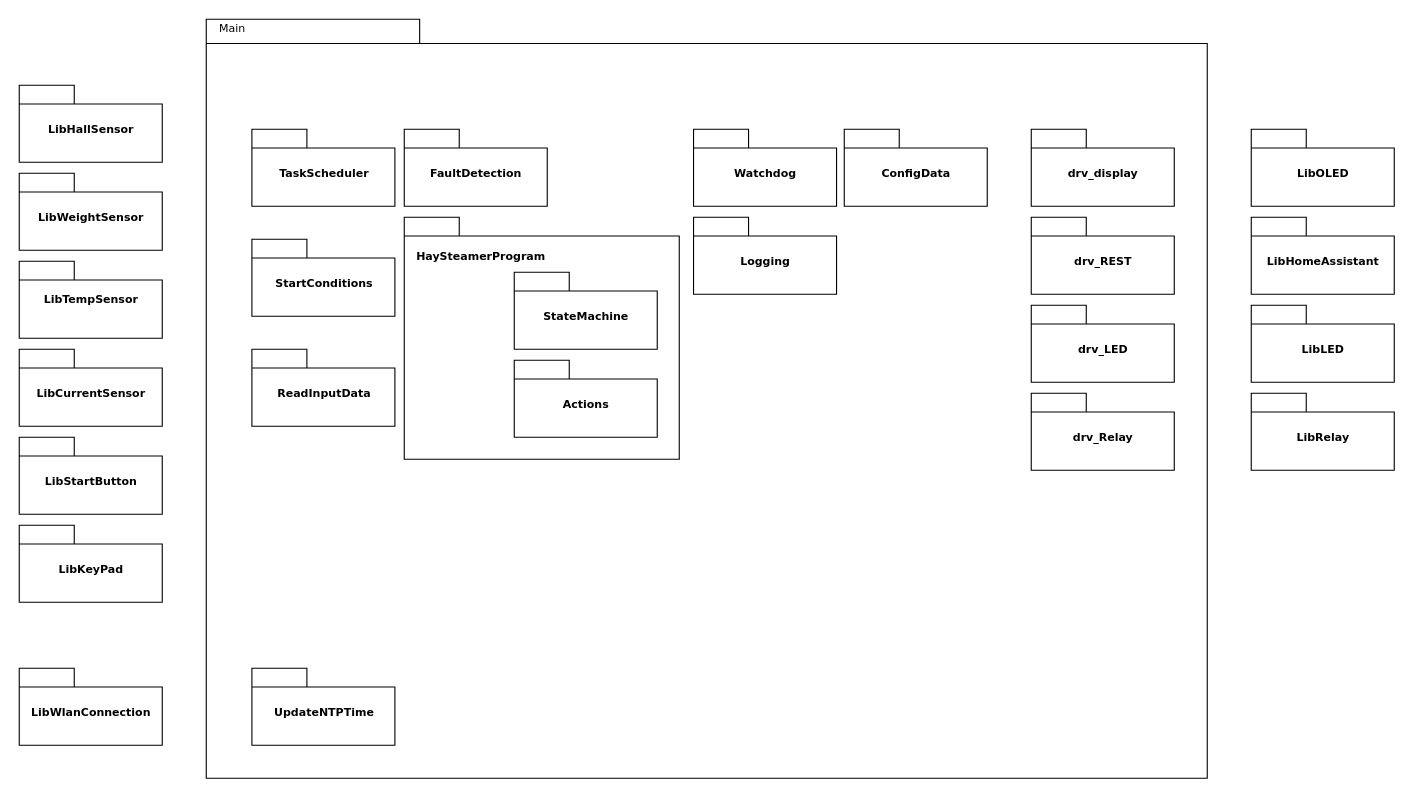
Earlier version of the draw.io diagram BlockDiagramOverview.drawio (RoadRunner-2/HaySteamerTemperatureControl). Source tidied: cells renumbered, new cells numbered last; positions are measured from the earlier drawing's top-left corner, leaving out a move shared by most shapes. Both pictures are drawn from the tidied source at 110%, with x=0, y=0 at pixel (19, 19).
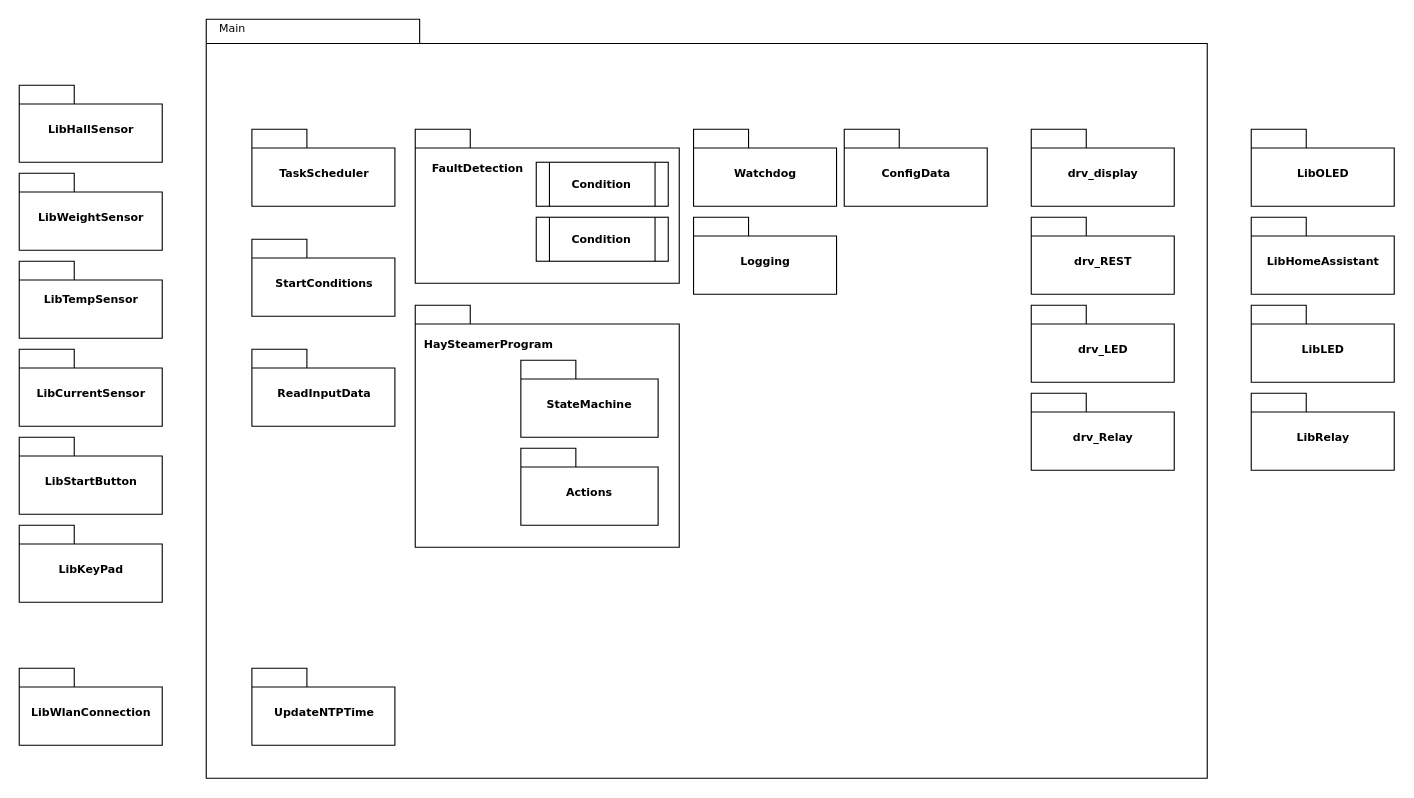
The same page after the edit.

Diff of the diagram source:
```diff
@@
-    <mxCell id="14" style="group;" parent="1" vertex="1">
-      <mxGeometry x="350" y="100" width="130" height="70" as="geometry" />
-    </mxCell>
-    <mxCell id="15" value="FaultDetection" style="shape=folder;fontStyle=1;spacingTop=10;tabWidth=50;tabHeight=17;tabPosition=left;html=1;rounded=0;shadow=0;comic=0;labelBackgroundColor=none;strokeWidth=1;fontFamily=Verdana;fontSize=10;align=center;" parent="14" vertex="1">
-      <mxGeometry width="130" height="70" as="geometry" />
-    </mxCell>
@@
-    <mxCell id="35" style="shape=folder;fontStyle=1;spacingTop=10;tabWidth=50;tabHeight=17;tabPosition=left;html=1;rounded=0;shadow=0;comic=0;labelBackgroundColor=none;strokeWidth=1;fontFamily=Verdana;fontSize=10;align=center;" parent="1" vertex="1">
-      <mxGeometry x="350" y="180" width="250" height="220" as="geometry" />
-    </mxCell>
-    <mxCell id="36" style="group;" parent="1" vertex="1">
-      <mxGeometry x="450" y="230" width="130" height="70" as="geometry" />
-    </mxCell>
-    <mxCell id="37" value="StateMachine" style="shape=folder;fontStyle=1;spacingTop=10;tabWidth=50;tabHeight=17;tabPosition=left;html=1;rounded=0;shadow=0;comic=0;labelBackgroundColor=none;strokeWidth=1;fontFamily=Verdana;fontSize=10;align=center;" parent="36" vertex="1">
-      <mxGeometry width="130" height="70" as="geometry" />
-    </mxCell>
-    <mxCell id="38" style="group;" parent="1" vertex="1">
-      <mxGeometry x="450" y="310" width="130" height="70" as="geometry" />
-    </mxCell>
-    <mxCell id="39" value="Actions" style="shape=folder;fontStyle=1;spacingTop=10;tabWidth=50;tabHeight=17;tabPosition=left;html=1;rounded=0;shadow=0;comic=0;labelBackgroundColor=none;strokeWidth=1;fontFamily=Verdana;fontSize=10;align=center;" parent="38" vertex="1">
-      <mxGeometry width="130" height="70" as="geometry" />
-    </mxCell>
-    <mxCell id="40" value="&lt;font style=&quot;font-size: 10px;&quot; face=&quot;Verdana&quot;&gt;&lt;b style=&quot;background-color: light-dark(#ffffff, var(--ge-dark-color, #121212));&quot;&gt;HaySteamerProgram&lt;/b&gt;&lt;/font&gt;" style="text;html=1;align=center;verticalAlign=middle;whiteSpace=wrap;rounded=0;" parent="1" vertex="1">
-      <mxGeometry x="350" y="200" width="140" height="30" as="geometry" />
-    </mxCell>
@@
+    <mxCell id="45" style="group;" parent="1" vertex="1">
+      <mxGeometry x="360" y="260" width="240" height="220" as="geometry" />
+    </mxCell>
+    <mxCell id="46" style="group;" parent="45" vertex="1">
+      <mxGeometry width="240" height="220" as="geometry" />
+    </mxCell>
+    <mxCell id="35" style="shape=folder;fontStyle=1;spacingTop=10;tabWidth=50;tabHeight=17;tabPosition=left;html=1;rounded=0;shadow=0;comic=0;labelBackgroundColor=none;strokeWidth=1;fontFamily=Verdana;fontSize=10;align=center;" parent="46" vertex="1">
+      <mxGeometry width="240" height="220" as="geometry" />
+    </mxCell>
+    <mxCell id="40" value="&lt;font style=&quot;font-size: 10px;&quot; face=&quot;Verdana&quot;&gt;&lt;b style=&quot;background-color: light-dark(#ffffff, var(--ge-dark-color, #121212));&quot;&gt;HaySteamerProgram&lt;/b&gt;&lt;/font&gt;" style="text;html=1;align=center;verticalAlign=middle;whiteSpace=wrap;rounded=0;" parent="46" vertex="1">
+      <mxGeometry y="20" width="134.4" height="30" as="geometry" />
+    </mxCell>
+    <mxCell id="38" style="group;" parent="46" vertex="1">
+      <mxGeometry x="96" y="130" width="124.8" height="70" as="geometry" />
+    </mxCell>
+    <mxCell id="39" value="Actions" style="shape=folder;fontStyle=1;spacingTop=10;tabWidth=50;tabHeight=17;tabPosition=left;html=1;rounded=0;shadow=0;comic=0;labelBackgroundColor=none;strokeWidth=1;fontFamily=Verdana;fontSize=10;align=center;" parent="38" vertex="1">
+      <mxGeometry width="124.8" height="70" as="geometry" />
+    </mxCell>
+    <mxCell id="37" value="StateMachine" style="shape=folder;fontStyle=1;spacingTop=10;tabWidth=50;tabHeight=17;tabPosition=left;html=1;rounded=0;shadow=0;comic=0;labelBackgroundColor=none;strokeWidth=1;fontFamily=Verdana;fontSize=10;align=center;" parent="46" vertex="1">
+      <mxGeometry x="96" y="50" width="124.8" height="70" as="geometry" />
+    </mxCell>
+    <mxCell id="47" style="group;" parent="1" vertex="1">
+      <mxGeometry x="350" y="100" width="250" height="140" as="geometry" />
+    </mxCell>
+    <mxCell id="48" style="group;" parent="47" vertex="1">
+      <mxGeometry width="250" height="140" as="geometry" />
+    </mxCell>
+    <mxCell id="15" style="shape=folder;fontStyle=1;spacingTop=10;tabWidth=50;tabHeight=17;tabPosition=left;html=1;rounded=0;shadow=0;comic=0;labelBackgroundColor=none;strokeWidth=1;fontFamily=Verdana;fontSize=10;align=center;" parent="48" vertex="1">
+      <mxGeometry x="10" width="240" height="140" as="geometry" />
+    </mxCell>
+    <mxCell id="49" value="&lt;font style=&quot;font-size: 10px;&quot; face=&quot;Verdana&quot;&gt;&lt;b style=&quot;background-color: light-dark(#ffffff, var(--ge-dark-color, #121212));&quot;&gt;FaultDetection&lt;/b&gt;&lt;/font&gt;" style="text;html=1;align=center;verticalAlign=middle;whiteSpace=wrap;rounded=0;" parent="48" vertex="1">
+      <mxGeometry y="17.5" width="134.4" height="35" as="geometry" />
+    </mxCell>
+    <mxCell id="50" style="shape=process;whiteSpace=wrap;html=1;backgroundOutline=1;" parent="48" vertex="1">
+      <mxGeometry x="120" y="30" width="120" height="40" as="geometry" />
+    </mxCell>
+    <mxCell id="51" style="shape=process;whiteSpace=wrap;html=1;backgroundOutline=1;" parent="48" vertex="1">
+      <mxGeometry x="120" y="80" width="120" height="40" as="geometry" />
+    </mxCell>
+    <mxCell id="52" value="&lt;font style=&quot;font-size: 10px;&quot; face=&quot;Verdana&quot;&gt;&lt;b style=&quot;background-color: light-dark(#ffffff, var(--ge-dark-color, #121212));&quot;&gt;Condition&lt;/b&gt;&lt;/font&gt;" style="text;html=1;align=center;verticalAlign=middle;whiteSpace=wrap;rounded=0;" parent="48" vertex="1">
+      <mxGeometry x="146.4" y="32.5" width="67.2" height="35" as="geometry" />
+    </mxCell>
+    <mxCell id="53" value="&lt;font style=&quot;font-size: 10px;&quot; face=&quot;Verdana&quot;&gt;&lt;b style=&quot;background-color: light-dark(#ffffff, var(--ge-dark-color, #121212));&quot;&gt;Condition&lt;/b&gt;&lt;/font&gt;" style="text;html=1;align=center;verticalAlign=middle;whiteSpace=wrap;rounded=0;" parent="48" vertex="1">
+      <mxGeometry x="141.4" y="82.5" width="77.2" height="35" as="geometry" />
+    </mxCell>
```
